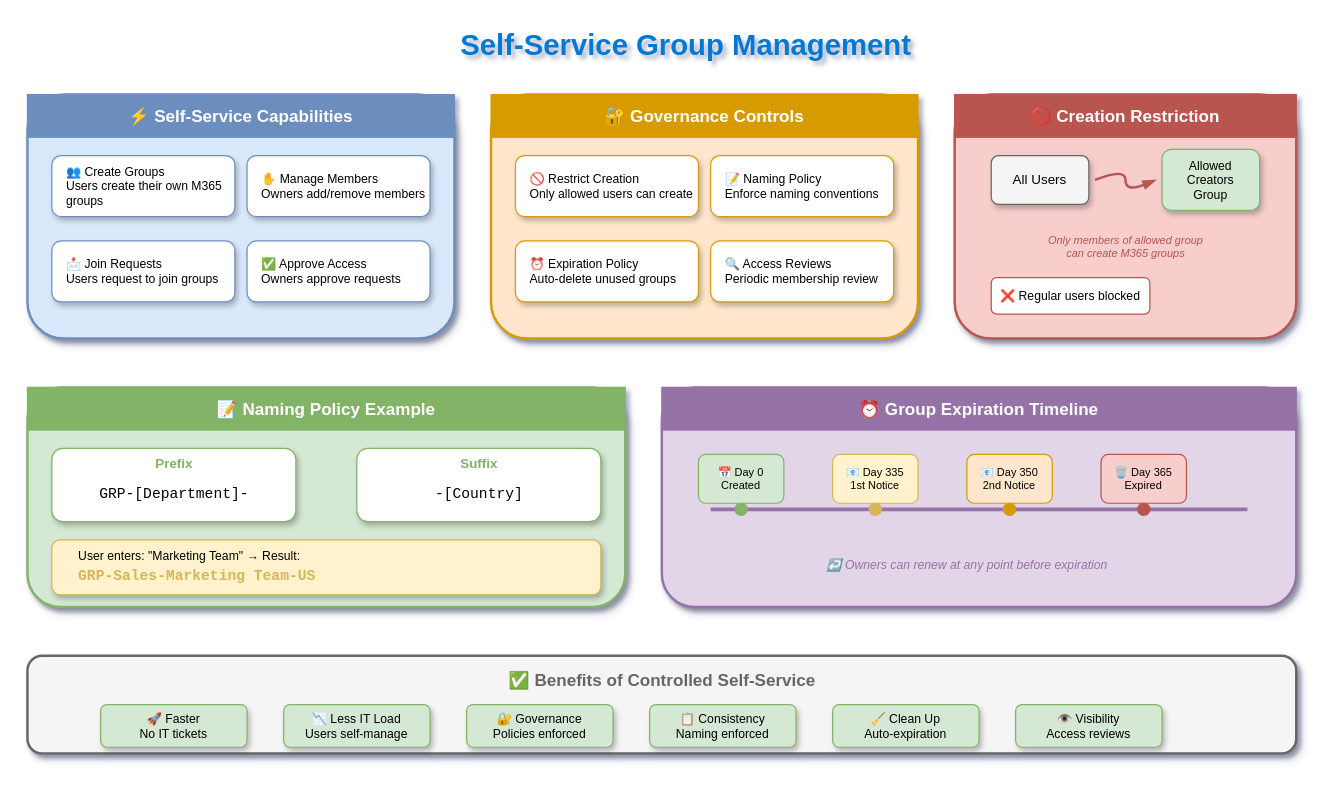
Earlier version of the draw.io diagram lesson-03-user-management/3.8-self-service-groups/diagram.drawio (MrParkerZ7/document-lesson-ad-entra-x-claude). Source tidied: cells renumbered, new cells numbered last; positions are measured from the earlier drawing's top-left corner, leaving out a move shared by most shapes. Both pictures are drawn from the tidied source at 122%, with x=0, y=0 at pixel (27, 21).
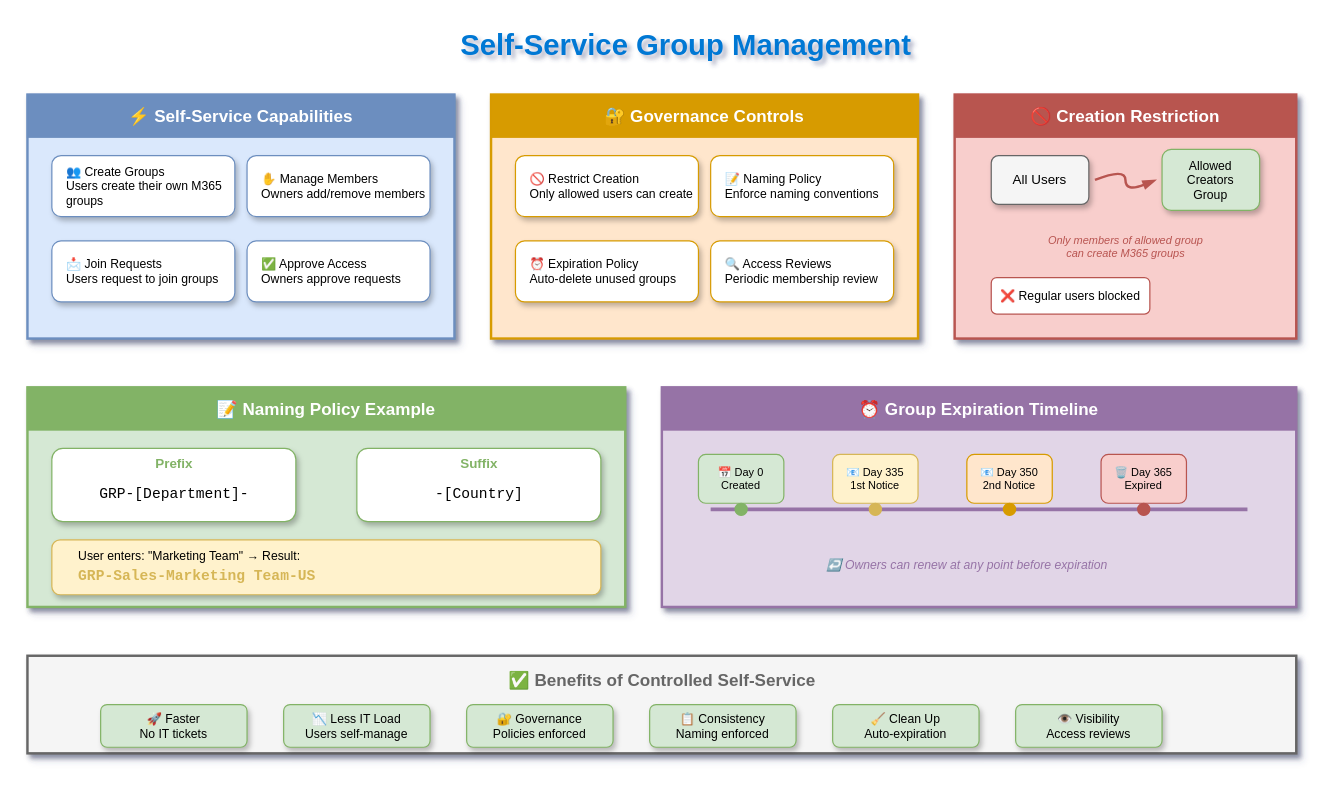
After the change.

Change to the diagram source:
```diff
@@
-    <mxCell id="3" style="rounded=1;whiteSpace=wrap;html=1;fillColor=#dae8fc;strokeColor=#6c8ebf;strokeWidth=2;shadow=1;" parent="1" vertex="1">
+    <mxCell id="3" style="rounded=0;whiteSpace=wrap;html=1;fillColor=#dae8fc;strokeColor=#6c8ebf;strokeWidth=2;shadow=1;" parent="1" vertex="1">
       <mxGeometry y="60" width="350" height="200" as="geometry" />
     </mxCell>
@@
-    <mxCell id="9" style="rounded=1;whiteSpace=wrap;html=1;fillColor=#ffe6cc;strokeColor=#d79b00;strokeWidth=2;shadow=1;" parent="1" vertex="1">
+    <mxCell id="9" style="rounded=0;whiteSpace=wrap;html=1;fillColor=#ffe6cc;strokeColor=#d79b00;strokeWidth=2;shadow=1;" parent="1" vertex="1">
       <mxGeometry x="380" y="60" width="350" height="200" as="geometry" />
     </mxCell>
@@
-    <mxCell id="15" style="rounded=1;whiteSpace=wrap;html=1;fillColor=#f8cecc;strokeColor=#b85450;strokeWidth=2;shadow=1;" parent="1" vertex="1">
+    <mxCell id="15" style="rounded=0;whiteSpace=wrap;html=1;fillColor=#f8cecc;strokeColor=#b85450;strokeWidth=2;shadow=1;" parent="1" vertex="1">
       <mxGeometry x="760" y="60" width="280" height="200" as="geometry" />
     </mxCell>
@@
-    <mxCell id="22" style="rounded=1;whiteSpace=wrap;html=1;fillColor=#d5e8d4;strokeColor=#82b366;strokeWidth=2;shadow=1;" parent="1" vertex="1">
+    <mxCell id="22" style="rounded=0;whiteSpace=wrap;html=1;fillColor=#d5e8d4;strokeColor=#82b366;strokeWidth=2;shadow=1;" parent="1" vertex="1">
       <mxGeometry y="300" width="490" height="180" as="geometry" />
     </mxCell>
@@
-    <mxCell id="33" style="rounded=1;whiteSpace=wrap;html=1;fillColor=#e1d5e7;strokeColor=#9673a6;strokeWidth=2;shadow=1;" parent="1" vertex="1">
+    <mxCell id="33" style="rounded=0;whiteSpace=wrap;html=1;fillColor=#e1d5e7;strokeColor=#9673a6;strokeWidth=2;shadow=1;" parent="1" vertex="1">
       <mxGeometry x="520" y="300" width="520" height="180" as="geometry" />
     </mxCell>
@@
-    <mxCell id="45" style="rounded=1;whiteSpace=wrap;html=1;fillColor=#f5f5f5;strokeColor=#666666;strokeWidth=2;shadow=1;" parent="1" vertex="1">
+    <mxCell id="45" style="rounded=0;whiteSpace=wrap;html=1;fillColor=#f5f5f5;strokeColor=#666666;strokeWidth=2;shadow=1;" parent="1" vertex="1">
       <mxGeometry y="520" width="1040" height="80" as="geometry" />
     </mxCell>
```
